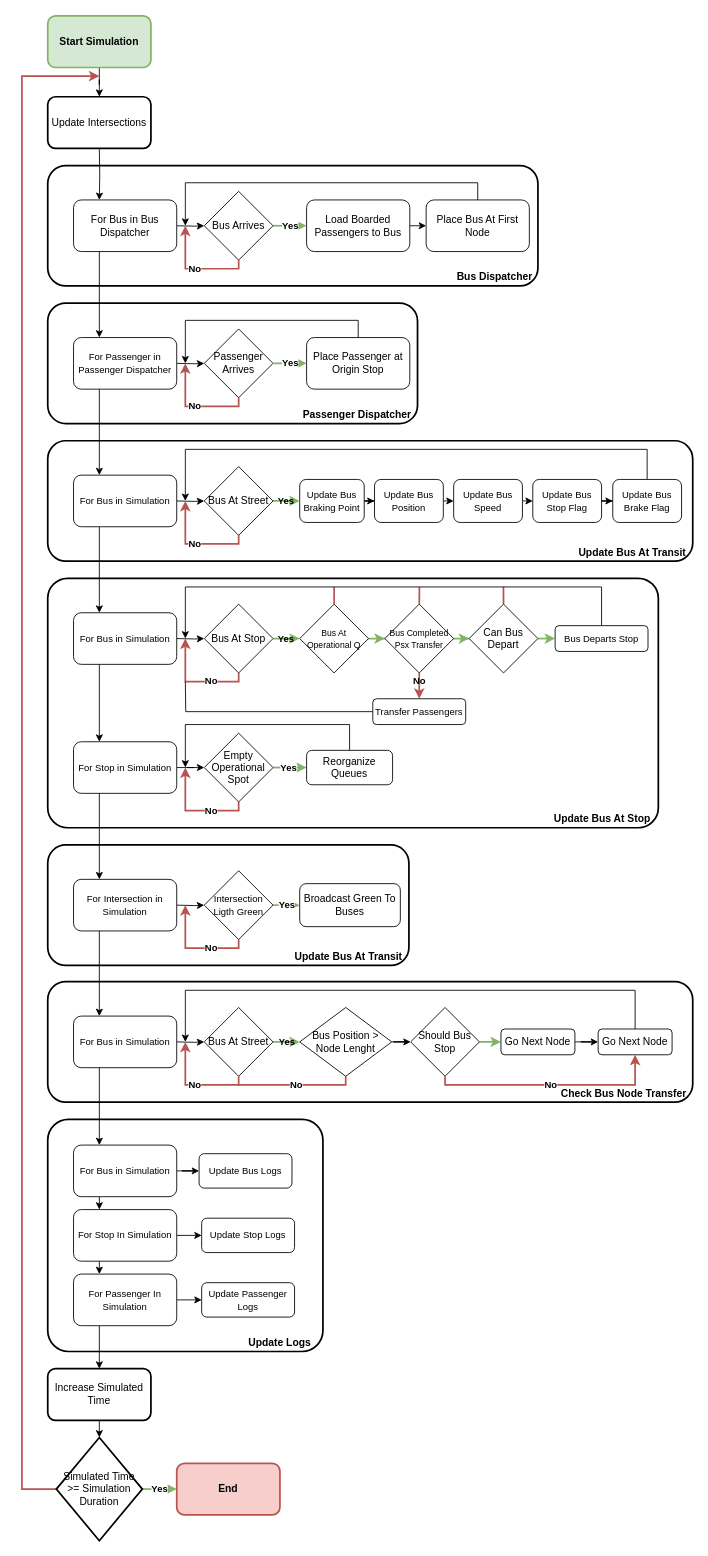
The draw.io diagram page "Simulation FlowChart" (2 of 7) of Documentation/Diagrams.drawio in SebastianGonzalezRP/SimVex, before the edit. Source tidied: cells renumbered, new cells numbered last; positions are measured from the earlier drawing's top-left corner, leaving out a move shared by most shapes. Both pictures are drawn from the tidied source at 86%, with x=0, y=0 at pixel (22, 15).
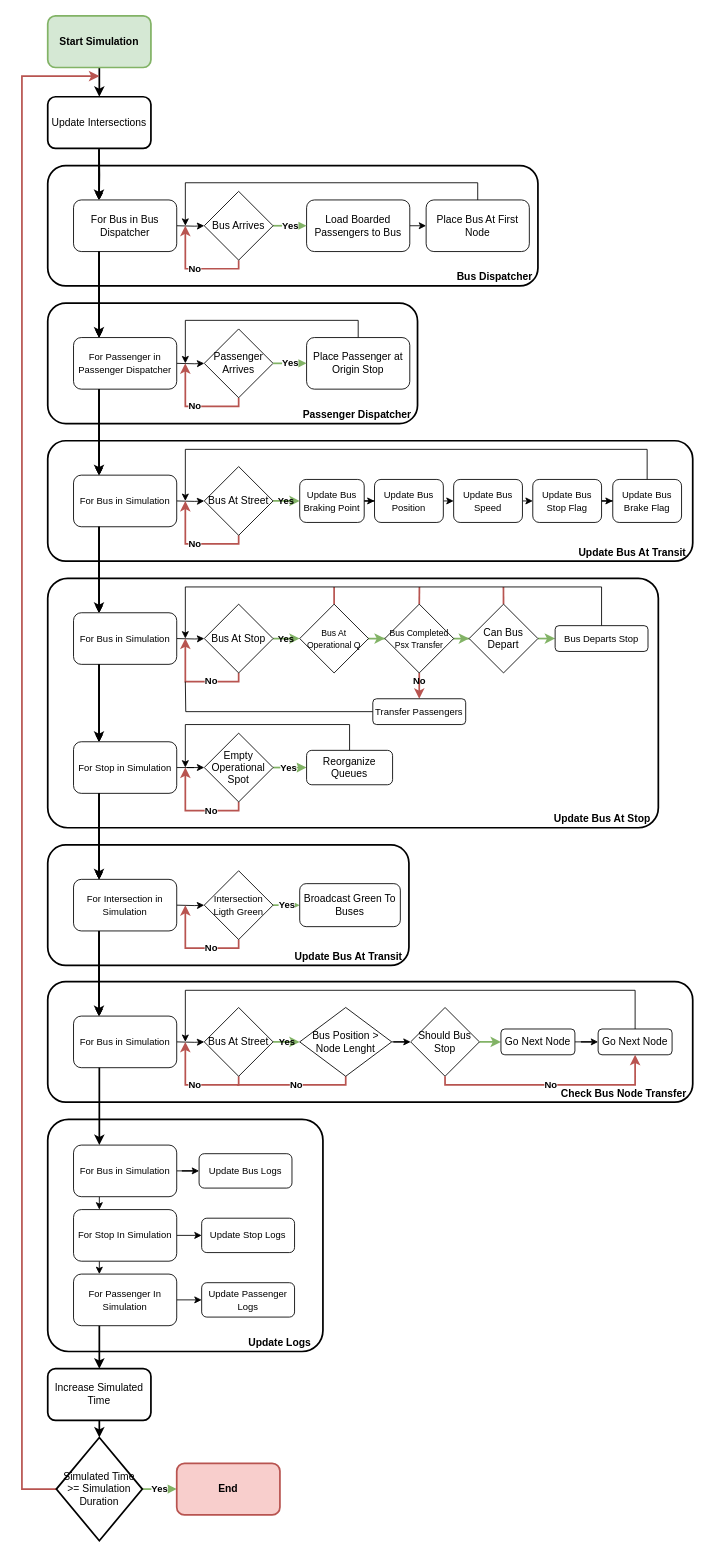
The same diagram, later.

The change refers to these unchanged cells:
```xml
<mxCell id="3" value="&lt;b&gt;Start Simulation&lt;/b&gt;" style="rounded=1;whiteSpace=wrap;html=1;strokeWidth=2;fillColor=#d5e8d4;strokeColor=#82b366;" parent="1" vertex="1">
  <mxGeometry x="30" width="120" height="60" as="geometry" />
</mxCell>
<mxCell id="4" value="Update Intersections" style="rounded=1;whiteSpace=wrap;html=1;strokeWidth=2;" parent="1" vertex="1">
  <mxGeometry x="30" y="94" width="120" height="60" as="geometry" />
</mxCell>
<mxCell id="87" value="&lt;font style=&quot;font-size: 11px;&quot;&gt;For Bus in Simulation&lt;/font&gt;" style="rounded=1;whiteSpace=wrap;html=1;" parent="1" vertex="1">
  <mxGeometry x="60" y="1163" width="120" height="60" as="geometry" />
</mxCell>
<mxCell id="107" value="&lt;font style=&quot;font-size: 11px;&quot;&gt;For Bus in Simulation&lt;/font&gt;" style="rounded=1;whiteSpace=wrap;html=1;" parent="1" vertex="1">
  <mxGeometry x="60" y="1313" width="120" height="60" as="geometry" />
</mxCell>
<mxCell id="113" value="&lt;font style=&quot;font-size: 11px;&quot;&gt;For Passenger In Simulation&lt;/font&gt;" style="rounded=1;whiteSpace=wrap;html=1;" parent="1" vertex="1">
  <mxGeometry x="60" y="1463" width="120" height="60" as="geometry" />
</mxCell>
<mxCell id="119" value="Increase Simulated Time" style="rounded=1;whiteSpace=wrap;html=1;strokeWidth=2;" parent="1" vertex="1">
  <mxGeometry x="30" y="1573" width="120" height="60" as="geometry" />
</mxCell>
<mxCell id="122" value="Simulated Time &amp;gt;= Simulation Duration" style="rhombus;whiteSpace=wrap;html=1;strokeWidth=2;" parent="1" vertex="1">
  <mxGeometry x="40" y="1653" width="100" height="120" as="geometry" />
</mxCell>
```

What changed in the source:
```diff
@@
-    <mxCell id="2" style="edgeStyle=orthogonalEdgeStyle;rounded=0;jettySize=auto;html=1;" parent="1" edge="1" source="3" target="4">
+    <mxCell id="2" style="edgeStyle=orthogonalEdgeStyle;rounded=0;jettySize=auto;html=1;strokeWidth=2;" parent="1" edge="1" source="3" target="4">
       <mxGeometry relative="1" as="geometry" />
     </mxCell>
@@
-    <mxCell id="112" style="edgeStyle=orthogonalEdgeStyle;rounded=0;jettySize=auto;html=1;exitX=0.25;exitY=1;exitDx=0;exitDy=0;entryX=0.5;entryY=0;entryDx=0;entryDy=0;" parent="1" edge="1" source="113" target="119">
+    <mxCell id="112" style="edgeStyle=orthogonalEdgeStyle;rounded=0;jettySize=auto;html=1;exitX=0.25;exitY=1;exitDx=0;exitDy=0;entryX=0.5;entryY=0;entryDx=0;entryDy=0;strokeWidth=2;" parent="1" edge="1" source="113" target="119">
       <mxGeometry relative="1" as="geometry" />
     </mxCell>
@@
-    <mxCell id="117" style="edgeStyle=orthogonalEdgeStyle;rounded=0;jettySize=auto;html=1;exitX=0.25;exitY=1;exitDx=0;exitDy=0;entryX=0.25;entryY=0;entryDx=0;entryDy=0;" parent="1" edge="1" source="87" target="107">
+    <mxCell id="117" style="edgeStyle=orthogonalEdgeStyle;rounded=0;jettySize=auto;html=1;exitX=0.25;exitY=1;exitDx=0;exitDy=0;entryX=0.25;entryY=0;entryDx=0;entryDy=0;strokeWidth=2;" parent="1" edge="1" source="87" target="107">
       <mxGeometry relative="1" as="geometry" />
     </mxCell>
-    <mxCell id="118" style="edgeStyle=orthogonalEdgeStyle;rounded=0;jettySize=auto;html=1;exitX=0.5;exitY=1;exitDx=0;exitDy=0;entryX=0.5;entryY=0;entryDx=0;entryDy=0;" parent="1" edge="1" source="119" target="122">
+    <mxCell id="118" style="edgeStyle=orthogonalEdgeStyle;rounded=0;jettySize=auto;html=1;exitX=0.5;exitY=1;exitDx=0;exitDy=0;entryX=0.5;entryY=0;entryDx=0;entryDy=0;strokeWidth=2;" parent="1" edge="1" source="119" target="122">
       <mxGeometry relative="1" as="geometry" />
     </mxCell>
@@
+    <mxCell id="124" style="edgeStyle=orthogonalEdgeStyle;rounded=0;orthogonalLoop=1;jettySize=auto;html=1;entryX=0.25;entryY=0;entryDx=0;entryDy=0;" parent="1" edge="1">
+      <mxGeometry relative="1" as="geometry">
+        <mxPoint x="89.6" y="155" as="sourcePoint" />
+        <mxPoint x="89.6" y="214" as="targetPoint" />
+      </mxGeometry>
+    </mxCell>
+    <mxCell id="125" style="edgeStyle=orthogonalEdgeStyle;rounded=0;orthogonalLoop=1;jettySize=auto;html=1;exitX=0.25;exitY=1;exitDx=0;exitDy=0;entryX=0.25;entryY=0;entryDx=0;entryDy=0;" parent="1" edge="1">
+      <mxGeometry relative="1" as="geometry">
+        <mxPoint x="89.6" y="274" as="sourcePoint" />
+        <mxPoint x="89.6" y="374" as="targetPoint" />
+      </mxGeometry>
+    </mxCell>
+    <mxCell id="126" style="edgeStyle=orthogonalEdgeStyle;rounded=0;orthogonalLoop=1;jettySize=auto;html=1;exitX=0.25;exitY=1;exitDx=0;exitDy=0;entryX=0.25;entryY=0;entryDx=0;entryDy=0;" parent="1" edge="1">
+      <mxGeometry relative="1" as="geometry">
+        <mxPoint x="89.6" y="434" as="sourcePoint" />
+        <mxPoint x="89.6" y="534" as="targetPoint" />
+      </mxGeometry>
+    </mxCell>
+    <mxCell id="127" style="edgeStyle=orthogonalEdgeStyle;rounded=0;orthogonalLoop=1;jettySize=auto;html=1;exitX=0.25;exitY=1;exitDx=0;exitDy=0;entryX=0.25;entryY=0;entryDx=0;entryDy=0;" parent="1" edge="1">
+      <mxGeometry relative="1" as="geometry">
+        <mxPoint x="89.6" y="594" as="sourcePoint" />
+        <mxPoint x="89.6" y="694" as="targetPoint" />
+      </mxGeometry>
+    </mxCell>
+    <mxCell id="128" style="edgeStyle=orthogonalEdgeStyle;rounded=0;orthogonalLoop=1;jettySize=auto;html=1;exitX=0.25;exitY=1;exitDx=0;exitDy=0;entryX=0.25;entryY=0;entryDx=0;entryDy=0;" parent="1" edge="1">
+      <mxGeometry relative="1" as="geometry">
+        <mxPoint x="89.6" y="754" as="sourcePoint" />
+        <mxPoint x="89.6" y="844" as="targetPoint" />
+      </mxGeometry>
+    </mxCell>
+    <mxCell id="129" style="edgeStyle=orthogonalEdgeStyle;rounded=0;orthogonalLoop=1;jettySize=auto;html=1;exitX=0.25;exitY=1;exitDx=0;exitDy=0;entryX=0.25;entryY=0;entryDx=0;entryDy=0;" parent="1" edge="1">
+      <mxGeometry relative="1" as="geometry">
+        <mxPoint x="89.6" y="904" as="sourcePoint" />
+        <mxPoint x="89.6" y="1004" as="targetPoint" />
+      </mxGeometry>
+    </mxCell>
+    <mxCell id="130" style="edgeStyle=orthogonalEdgeStyle;rounded=0;orthogonalLoop=1;jettySize=auto;html=1;exitX=0.25;exitY=1;exitDx=0;exitDy=0;entryX=0.25;entryY=0;entryDx=0;entryDy=0;" parent="1" edge="1">
+      <mxGeometry relative="1" as="geometry">
+        <mxPoint x="89.6" y="1064" as="sourcePoint" />
+        <mxPoint x="89.6" y="1163" as="targetPoint" />
+      </mxGeometry>
+    </mxCell>
+    <mxCell id="131" style="edgeStyle=orthogonalEdgeStyle;rounded=0;orthogonalLoop=1;jettySize=auto;html=1;entryX=0.25;entryY=0;entryDx=0;entryDy=0;" parent="1" edge="1">
+      <mxGeometry relative="1" as="geometry">
+        <mxPoint x="89.6" y="155" as="sourcePoint" />
+        <mxPoint x="89.6" y="214" as="targetPoint" />
+      </mxGeometry>
+    </mxCell>
+    <mxCell id="132" style="edgeStyle=orthogonalEdgeStyle;rounded=0;orthogonalLoop=1;jettySize=auto;html=1;exitX=0.25;exitY=1;exitDx=0;exitDy=0;entryX=0.25;entryY=0;entryDx=0;entryDy=0;" parent="1" edge="1">
+      <mxGeometry relative="1" as="geometry">
+        <mxPoint x="89.6" y="274" as="sourcePoint" />
+        <mxPoint x="89.6" y="374" as="targetPoint" />
+      </mxGeometry>
+    </mxCell>
+    <mxCell id="133" style="edgeStyle=orthogonalEdgeStyle;rounded=0;orthogonalLoop=1;jettySize=auto;html=1;exitX=0.25;exitY=1;exitDx=0;exitDy=0;entryX=0.25;entryY=0;entryDx=0;entryDy=0;" parent="1" edge="1">
+      <mxGeometry relative="1" as="geometry">
+        <mxPoint x="89.6" y="434" as="sourcePoint" />
+        <mxPoint x="89.6" y="534" as="targetPoint" />
+      </mxGeometry>
+    </mxCell>
+    <mxCell id="134" style="edgeStyle=orthogonalEdgeStyle;rounded=0;orthogonalLoop=1;jettySize=auto;html=1;exitX=0.25;exitY=1;exitDx=0;exitDy=0;entryX=0.25;entryY=0;entryDx=0;entryDy=0;" parent="1" edge="1">
+      <mxGeometry relative="1" as="geometry">
+        <mxPoint x="89.6" y="594" as="sourcePoint" />
+        <mxPoint x="89.6" y="694" as="targetPoint" />
+      </mxGeometry>
+    </mxCell>
+    <mxCell id="135" style="edgeStyle=orthogonalEdgeStyle;rounded=0;orthogonalLoop=1;jettySize=auto;html=1;exitX=0.25;exitY=1;exitDx=0;exitDy=0;entryX=0.25;entryY=0;entryDx=0;entryDy=0;" parent="1" edge="1">
+      <mxGeometry relative="1" as="geometry">
+        <mxPoint x="89.6" y="754" as="sourcePoint" />
+        <mxPoint x="89.6" y="844" as="targetPoint" />
+      </mxGeometry>
+    </mxCell>
+    <mxCell id="136" style="edgeStyle=orthogonalEdgeStyle;rounded=0;orthogonalLoop=1;jettySize=auto;html=1;exitX=0.25;exitY=1;exitDx=0;exitDy=0;entryX=0.25;entryY=0;entryDx=0;entryDy=0;" parent="1" edge="1">
+      <mxGeometry relative="1" as="geometry">
+        <mxPoint x="89.6" y="904" as="sourcePoint" />
+        <mxPoint x="89.6" y="1004" as="targetPoint" />
+      </mxGeometry>
+    </mxCell>
+    <mxCell id="137" style="edgeStyle=orthogonalEdgeStyle;rounded=0;orthogonalLoop=1;jettySize=auto;html=1;exitX=0.25;exitY=1;exitDx=0;exitDy=0;entryX=0.25;entryY=0;entryDx=0;entryDy=0;" parent="1" edge="1">
+      <mxGeometry relative="1" as="geometry">
+        <mxPoint x="89.6" y="1064" as="sourcePoint" />
+        <mxPoint x="89.6" y="1163" as="targetPoint" />
+      </mxGeometry>
+    </mxCell>
+    <mxCell id="138" style="edgeStyle=orthogonalEdgeStyle;rounded=0;orthogonalLoop=1;jettySize=auto;html=1;entryX=0.25;entryY=0;entryDx=0;entryDy=0;strokeWidth=2;" parent="1" edge="1">
+      <mxGeometry relative="1" as="geometry">
+        <mxPoint x="89.6" y="155" as="sourcePoint" />
+        <mxPoint x="89.6" y="214" as="targetPoint" />
+      </mxGeometry>
+    </mxCell>
+    <mxCell id="139" style="edgeStyle=orthogonalEdgeStyle;rounded=0;orthogonalLoop=1;jettySize=auto;html=1;exitX=0.25;exitY=1;exitDx=0;exitDy=0;entryX=0.25;entryY=0;entryDx=0;entryDy=0;strokeWidth=2;" parent="1" edge="1">
+      <mxGeometry relative="1" as="geometry">
+        <mxPoint x="89.6" y="274" as="sourcePoint" />
+        <mxPoint x="89.6" y="374" as="targetPoint" />
+      </mxGeometry>
+    </mxCell>
+    <mxCell id="140" style="edgeStyle=orthogonalEdgeStyle;rounded=0;orthogonalLoop=1;jettySize=auto;html=1;exitX=0.25;exitY=1;exitDx=0;exitDy=0;entryX=0.25;entryY=0;entryDx=0;entryDy=0;strokeWidth=2;" parent="1" edge="1">
+      <mxGeometry relative="1" as="geometry">
+        <mxPoint x="89.6" y="434" as="sourcePoint" />
+        <mxPoint x="89.6" y="534" as="targetPoint" />
+      </mxGeometry>
+    </mxCell>
+    <mxCell id="141" style="edgeStyle=orthogonalEdgeStyle;rounded=0;orthogonalLoop=1;jettySize=auto;html=1;exitX=0.25;exitY=1;exitDx=0;exitDy=0;entryX=0.25;entryY=0;entryDx=0;entryDy=0;strokeWidth=2;" parent="1" edge="1">
+      <mxGeometry relative="1" as="geometry">
+        <mxPoint x="89.6" y="594" as="sourcePoint" />
+        <mxPoint x="89.6" y="694" as="targetPoint" />
+      </mxGeometry>
+    </mxCell>
+    <mxCell id="142" style="edgeStyle=orthogonalEdgeStyle;rounded=0;orthogonalLoop=1;jettySize=auto;html=1;exitX=0.25;exitY=1;exitDx=0;exitDy=0;entryX=0.25;entryY=0;entryDx=0;entryDy=0;strokeWidth=2;" parent="1" edge="1">
+      <mxGeometry relative="1" as="geometry">
+        <mxPoint x="89.6" y="754" as="sourcePoint" />
+        <mxPoint x="89.6" y="844" as="targetPoint" />
+      </mxGeometry>
+    </mxCell>
+    <mxCell id="143" style="edgeStyle=orthogonalEdgeStyle;rounded=0;orthogonalLoop=1;jettySize=auto;html=1;exitX=0.25;exitY=1;exitDx=0;exitDy=0;entryX=0.25;entryY=0;entryDx=0;entryDy=0;strokeWidth=2;" parent="1" edge="1">
+      <mxGeometry relative="1" as="geometry">
+        <mxPoint x="89.6" y="904" as="sourcePoint" />
+        <mxPoint x="89.6" y="1004" as="targetPoint" />
+      </mxGeometry>
+    </mxCell>
+    <mxCell id="144" style="edgeStyle=orthogonalEdgeStyle;rounded=0;orthogonalLoop=1;jettySize=auto;html=1;exitX=0.25;exitY=1;exitDx=0;exitDy=0;entryX=0.25;entryY=0;entryDx=0;entryDy=0;strokeWidth=2;" parent="1" edge="1">
+      <mxGeometry relative="1" as="geometry">
+        <mxPoint x="89.6" y="1064" as="sourcePoint" />
+        <mxPoint x="89.6" y="1163" as="targetPoint" />
+      </mxGeometry>
+    </mxCell>
```
